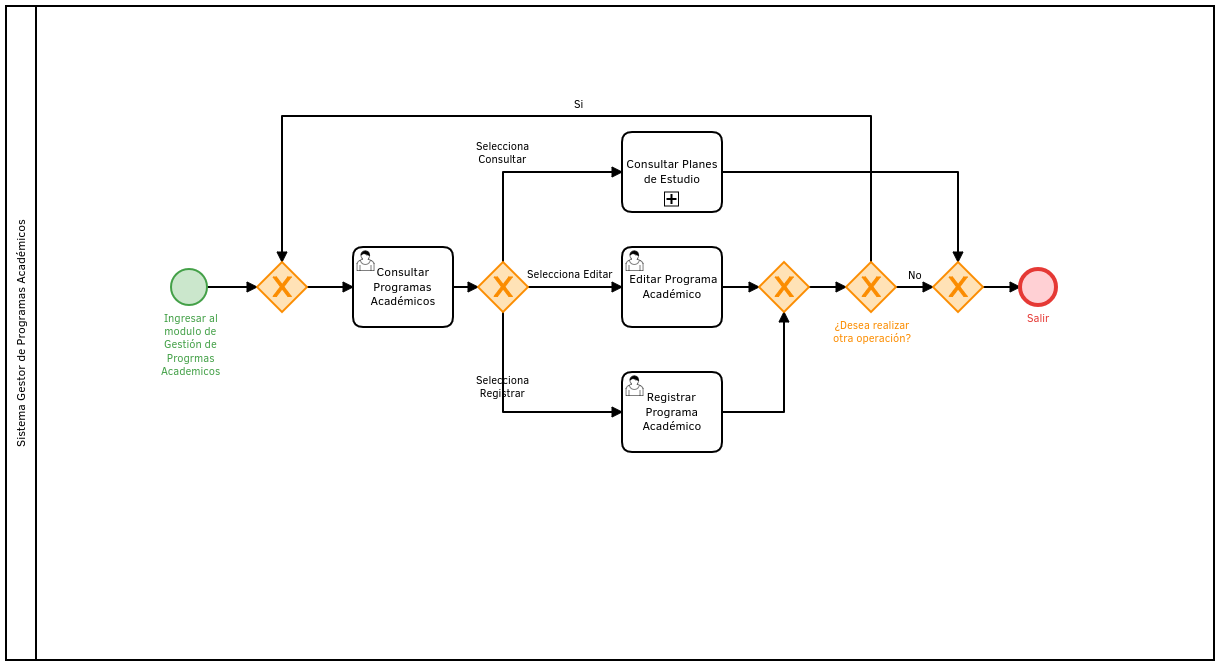
The BPMN diagram Manual de Usuario/Jefe de Innovación Educatva/images/SP3/gestionPA.png in SoftwareEngineerESCOM/IngSof, before a commit. Its source is kept beside it as Manual de Usuario/Jefe de Innovación Educatva/images/SP3/gestionPA.bpmn. Ids are renumbered.
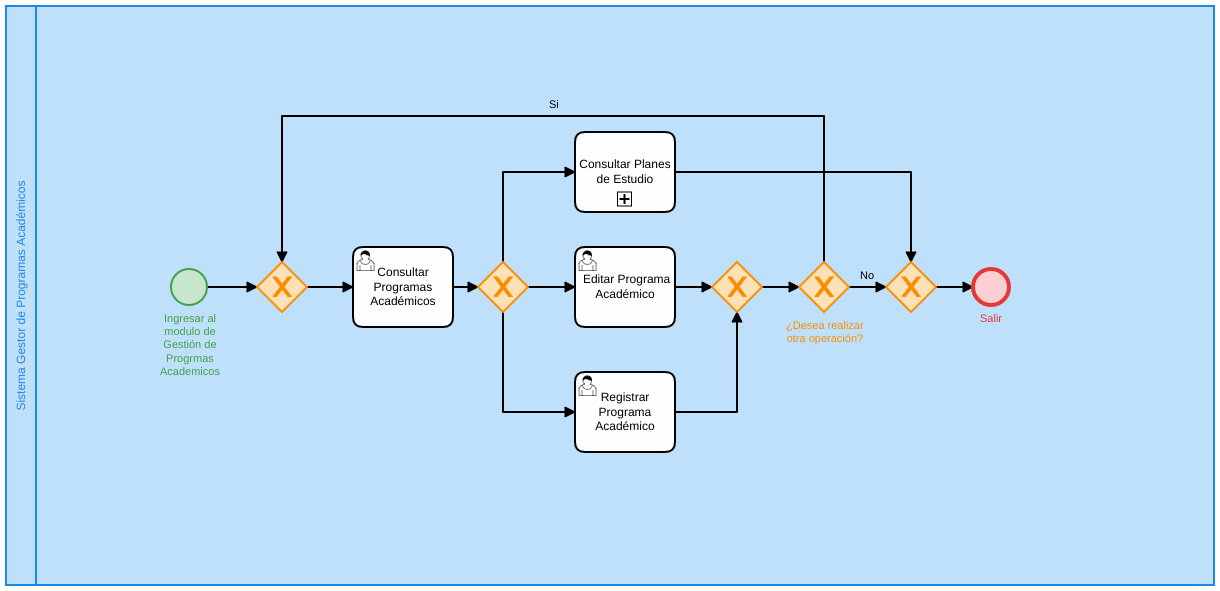
The same file after the commit.

The edit, as a diff of the source:
```diff
@@ -1,190 +1,181 @@
-<bpmn:definitions xmlns:bpmn="http://www.omg.org/spec/BPMN/20100524/MODEL" xmlns:bpmndi="http://www.omg.org/spec/BPMN/20100524/DI" xmlns:di="http://www.omg.org/spec/DD/20100524/DI" xmlns:dc="http://www.omg.org/spec/DD/20100524/DC" xmlns:bioc="http://bpmn.io/schema/bpmn/biocolor/1.0" id="Definitions_n1" targetNamespace="http://bpmn.io/schema/bpmn" exporter="Camunda Modeler" exporterVersion="2.0.3">
+<bpmn:definitions xmlns:bpmn="http://www.omg.org/spec/BPMN/20100524/MODEL" xmlns:bpmndi="http://www.omg.org/spec/BPMN/20100524/DI" xmlns:di="http://www.omg.org/spec/DD/20100524/DI" xmlns:dc="http://www.omg.org/spec/DD/20100524/DC" xmlns:bioc="http://bpmn.io/schema/bpmn/biocolor/1.0" id="Definitions_n1" targetNamespace="http://bpmn.io/schema/bpmn" exporter="Camunda Modeler" exporterVersion="2.0.1">
   <bpmn:collaboration id="Collaboration_n2">
     <bpmn:participant id="Participant_n3" name="Sistema Gestor de Programas Académicos" processRef="Process_1" />
   </bpmn:collaboration>
   <bpmn:process id="Process_1" isExecutable="true">
+    <bpmn:sequenceFlow id="SequenceFlow_n20" name="Si" sourceRef="ExclusiveGateway_n19" targetRef="ExclusiveGateway_n21" />
+    <bpmn:sequenceFlow id="SequenceFlow_n22" sourceRef="StartEvent_1" targetRef="ExclusiveGateway_n21" />
+    <bpmn:startEvent id="StartEvent_1" name="Ingresar al modulo de Gestión de Progrmas Academicos">
+      <bpmn:outgoing>SequenceFlow_n22</bpmn:outgoing>
+    </bpmn:startEvent>
+    <bpmn:exclusiveGateway id="ExclusiveGateway_n19" name="¿Desea realizar&#10;otra operación?">
+      <bpmn:incoming>SequenceFlow_n11</bpmn:incoming>
+      <bpmn:outgoing>SequenceFlow_n20</bpmn:outgoing>
+      <bpmn:outgoing>SequenceFlow_n5</bpmn:outgoing>
+    </bpmn:exclusiveGateway>
+    <bpmn:sequenceFlow id="SequenceFlow_n16" sourceRef="ExclusiveGateway_n24" targetRef="Task_n15" />
+    <bpmn:userTask id="Task_n26" name="Consultar&#10;Programas Académicos">
+      <bpmn:incoming>SequenceFlow_n23</bpmn:incoming>
+      <bpmn:outgoing>SequenceFlow_n25</bpmn:outgoing>
+    </bpmn:userTask>
+    <bpmn:sequenceFlow id="SequenceFlow_n13" sourceRef="ExclusiveGateway_n24" targetRef="Task_n12" />
+    <bpmn:sequenceFlow id="SequenceFlow_n18" sourceRef="ExclusiveGateway_n24" targetRef="Task_n17" />
+    <bpmn:sequenceFlow id="SequenceFlow_n10" sourceRef="Task_n12" targetRef="ExclusiveGateway_n8" />
+    <bpmn:sequenceFlow id="SequenceFlow_n9" sourceRef="Task_n17" targetRef="ExclusiveGateway_n8" />
+    <bpmn:sequenceFlow id="SequenceFlow_n11" sourceRef="ExclusiveGateway_n8" targetRef="ExclusiveGateway_n19" />
+    <bpmn:sequenceFlow id="SequenceFlow_n25" sourceRef="Task_n26" targetRef="ExclusiveGateway_n24" />
+    <bpmn:sequenceFlow id="SequenceFlow_n23" sourceRef="ExclusiveGateway_n21" targetRef="Task_n26" />
+    <bpmn:exclusiveGateway id="ExclusiveGateway_n24">
+      <bpmn:incoming>SequenceFlow_n25</bpmn:incoming>
+      <bpmn:outgoing>SequenceFlow_n16</bpmn:outgoing>
+      <bpmn:outgoing>SequenceFlow_n13</bpmn:outgoing>
+      <bpmn:outgoing>SequenceFlow_n18</bpmn:outgoing>
+    </bpmn:exclusiveGateway>
+    <bpmn:userTask id="Task_n17" name="Registrar Programa Académico">
+      <bpmn:incoming>SequenceFlow_n18</bpmn:incoming>
+      <bpmn:outgoing>SequenceFlow_n9</bpmn:outgoing>
+    </bpmn:userTask>
+    <bpmn:subProcess id="Task_n15" name="Consultar Planes de Estudio">
+      <bpmn:incoming>SequenceFlow_n16</bpmn:incoming>
+      <bpmn:outgoing>SequenceFlow_n6</bpmn:outgoing>
+    </bpmn:subProcess>
+    <bpmn:sequenceFlow id="SequenceFlow_n5" name="No" sourceRef="ExclusiveGateway_n19" targetRef="ExclusiveGateway_n4" />
+    <bpmn:endEvent id="EndEvent_n14" name="Salir">
+      <bpmn:incoming>SequenceFlow_n7</bpmn:incoming>
+    </bpmn:endEvent>
+    <bpmn:sequenceFlow id="SequenceFlow_n7" sourceRef="ExclusiveGateway_n4" targetRef="EndEvent_n14" />
+    <bpmn:sequenceFlow id="SequenceFlow_n6" sourceRef="Task_n15" targetRef="ExclusiveGateway_n4" />
+    <bpmn:userTask id="Task_n12" name=" Editar Programa Académico">
+      <bpmn:incoming>SequenceFlow_n13</bpmn:incoming>
+      <bpmn:outgoing>SequenceFlow_n10</bpmn:outgoing>
+    </bpmn:userTask>
+    <bpmn:exclusiveGateway id="ExclusiveGateway_n8">
+      <bpmn:incoming>SequenceFlow_n10</bpmn:incoming>
+      <bpmn:incoming>SequenceFlow_n9</bpmn:incoming>
+      <bpmn:outgoing>SequenceFlow_n11</bpmn:outgoing>
+    </bpmn:exclusiveGateway>
     <bpmn:exclusiveGateway id="ExclusiveGateway_n4">
       <bpmn:incoming>SequenceFlow_n5</bpmn:incoming>
       <bpmn:incoming>SequenceFlow_n6</bpmn:incoming>
       <bpmn:outgoing>SequenceFlow_n7</bpmn:outgoing>
     </bpmn:exclusiveGateway>
-    <bpmn:exclusiveGateway id="ExclusiveGateway_n8">
-      <bpmn:incoming>SequenceFlow_n9</bpmn:incoming>
-      <bpmn:incoming>SequenceFlow_n10</bpmn:incoming>
-      <bpmn:outgoing>SequenceFlow_n11</bpmn:outgoing>
-    </bpmn:exclusiveGateway>
-    <bpmn:userTask id="Task_n12" name=" Editar Programa Académico">
-      <bpmn:incoming>SequenceFlow_n13</bpmn:incoming>
-      <bpmn:outgoing>SequenceFlow_n10</bpmn:outgoing>
-    </bpmn:userTask>
-    <bpmn:endEvent id="EndEvent_n14" name="Salir">
-      <bpmn:incoming>SequenceFlow_n7</bpmn:incoming>
-    </bpmn:endEvent>
-    <bpmn:subProcess id="Task_n15" name="Consultar Planes de Estudio">
-      <bpmn:incoming>SequenceFlow_n16</bpmn:incoming>
-      <bpmn:outgoing>SequenceFlow_n6</bpmn:outgoing>
-    </bpmn:subProcess>
-    <bpmn:userTask id="Task_n17" name="Registrar Programa Académico">
-      <bpmn:incoming>SequenceFlow_n18</bpmn:incoming>
-      <bpmn:outgoing>SequenceFlow_n9</bpmn:outgoing>
-    </bpmn:userTask>
-    <bpmn:exclusiveGateway id="ExclusiveGateway_n19" name="¿Desea realizar&#10;otra operación?">
-      <bpmn:incoming>SequenceFlow_n11</bpmn:incoming>
-      <bpmn:outgoing>SequenceFlow_n20</bpmn:outgoing>
-      <bpmn:outgoing>SequenceFlow_n5</bpmn:outgoing>
-    </bpmn:exclusiveGateway>
     <bpmn:exclusiveGateway id="ExclusiveGateway_n21">
+      <bpmn:incoming>SequenceFlow_n20</bpmn:incoming>
       <bpmn:incoming>SequenceFlow_n22</bpmn:incoming>
-      <bpmn:incoming>SequenceFlow_n20</bpmn:incoming>
       <bpmn:outgoing>SequenceFlow_n23</bpmn:outgoing>
     </bpmn:exclusiveGateway>
-    <bpmn:exclusiveGateway id="ExclusiveGateway_n24">
-      <bpmn:incoming>SequenceFlow_n25</bpmn:incoming>
-      <bpmn:outgoing>SequenceFlow_n18</bpmn:outgoing>
-      <bpmn:outgoing>SequenceFlow_n13</bpmn:outgoing>
-      <bpmn:outgoing>SequenceFlow_n16</bpmn:outgoing>
-    </bpmn:exclusiveGateway>
-    <bpmn:userTask id="Task_n26" name="Consultar&#10;Programas Académicos">
-      <bpmn:incoming>SequenceFlow_n23</bpmn:incoming>
-      <bpmn:outgoing>SequenceFlow_n25</bpmn:outgoing>
-    </bpmn:userTask>
-    <bpmn:startEvent id="StartEvent_1" name="Ingresar al modulo de Gestión de Progrmas Academicos">
-      <bpmn:outgoing>SequenceFlow_n22</bpmn:outgoing>
-    </bpmn:startEvent>
-    <bpmn:sequenceFlow id="SequenceFlow_n23" sourceRef="ExclusiveGateway_n21" targetRef="Task_n26" />
-    <bpmn:sequenceFlow id="SequenceFlow_n25" sourceRef="Task_n26" targetRef="ExclusiveGateway_n24" />
-    <bpmn:sequenceFlow id="SequenceFlow_n18" name="Selecciona Registrar" sourceRef="ExclusiveGateway_n24" targetRef="Task_n17" />
-    <bpmn:sequenceFlow id="SequenceFlow_n13" name="Selecciona Editar" sourceRef="ExclusiveGateway_n24" targetRef="Task_n12" />
-    <bpmn:sequenceFlow id="SequenceFlow_n16" name="Selecciona Consultar" sourceRef="ExclusiveGateway_n24" targetRef="Task_n15" />
-    <bpmn:sequenceFlow id="SequenceFlow_n22" sourceRef="StartEvent_1" targetRef="ExclusiveGateway_n21" />
-    <bpmn:sequenceFlow id="SequenceFlow_n20" name="Si" sourceRef="ExclusiveGateway_n19" targetRef="ExclusiveGateway_n21" />
-    <bpmn:sequenceFlow id="SequenceFlow_n11" sourceRef="ExclusiveGateway_n8" targetRef="ExclusiveGateway_n19" />
-    <bpmn:sequenceFlow id="SequenceFlow_n5" name="No" sourceRef="ExclusiveGateway_n19" targetRef="ExclusiveGateway_n4" />
-    <bpmn:sequenceFlow id="SequenceFlow_n9" sourceRef="Task_n17" targetRef="ExclusiveGateway_n8" />
-    <bpmn:sequenceFlow id="SequenceFlow_n6" sourceRef="Task_n15" targetRef="ExclusiveGateway_n4" />
-    <bpmn:sequenceFlow id="SequenceFlow_n7" sourceRef="ExclusiveGateway_n4" targetRef="EndEvent_n14" />
-    <bpmn:sequenceFlow id="SequenceFlow_n10" sourceRef="Task_n12" targetRef="ExclusiveGateway_n8" />
   </bpmn:process>
   <bpmndi:BPMNDiagram id="BPMNDiagram_1">
     <bpmndi:BPMNPlane id="BPMNPlane_1" bpmnElement="Collaboration_n2">
-      <bpmndi:BPMNShape id="Participant_n3_di" bpmnElement="Participant_n3">
-        <dc:Bounds x="106" y="-156" width="1208" height="654" />
+      <bpmndi:BPMNShape id="Participant_n3_di" bpmnElement="Participant_n3" bioc:stroke="#1E88E5" bioc:fill="#BBDEFB">
+        <dc:Bounds x="106" y="-162" width="1208" height="579" />
       </bpmndi:BPMNShape>
-      <bpmndi:BPMNShape id="ExclusiveGateway_0mjspwx_di" bpmnElement="ExclusiveGateway_n4" isMarkerVisible="true" bioc:stroke="#FB8C00" bioc:fill="#FFE0B2">
-        <dc:Bounds x="1033" y="100" width="50" height="50" />
+      <bpmndi:BPMNShape id="_BPMNShape_StartEvent_2" bpmnElement="StartEvent_1" bioc:stroke="#43A047" bioc:fill="#C8E6C9">
+        <dc:Bounds x="271" y="101" width="36" height="36" />
+        <bpmndi:BPMNLabel>
+          <dc:Bounds x="260" y="144" width="60" height="66" />
+        </bpmndi:BPMNLabel>
       </bpmndi:BPMNShape>
-      <bpmndi:BPMNShape id="ExclusiveGateway_0yk9aiy_di" bpmnElement="ExclusiveGateway_n8" isMarkerVisible="true" bioc:stroke="#FB8C00" bioc:fill="#FFE0B2">
-        <dc:Bounds x="859" y="100" width="50" height="50" />
+      <bpmndi:BPMNEdge id="SequenceFlow_n16_di" bpmnElement="SequenceFlow_n16">
+        <di:waypoint x="603" y="94" />
+        <di:waypoint x="603" y="4" />
+        <di:waypoint x="675" y="4" />
+      </bpmndi:BPMNEdge>
+      <bpmndi:BPMNShape id="UserTask_1a315aq_di" bpmnElement="Task_n26">
+        <dc:Bounds x="453" y="79" width="100" height="80" />
       </bpmndi:BPMNShape>
       <bpmndi:BPMNShape id="UserTask_0ur3yv6_di" bpmnElement="Task_n12">
-        <dc:Bounds x="722" y="85" width="100" height="80" />
+        <dc:Bounds x="675" y="79" width="100" height="80" />
       </bpmndi:BPMNShape>
-      <bpmndi:BPMNShape id="EndEvent_n14_di" bpmnElement="EndEvent_n14" bioc:stroke="#E53935" bioc:fill="#FFCDD2">
-        <dc:Bounds x="1120" y="107" width="36" height="36" />
+      <bpmndi:BPMNShape id="UserTask_1x11um0_di" bpmnElement="Task_n17">
+        <dc:Bounds x="675" y="204" width="100" height="80" />
+      </bpmndi:BPMNShape>
+      <bpmndi:BPMNShape id="ExclusiveGateway_181dui5_di" bpmnElement="ExclusiveGateway_n19" isMarkerVisible="true" bioc:stroke="#FB8C00" bioc:fill="#FFE0B2">
+        <dc:Bounds x="899" y="94" width="50" height="50" />
         <bpmndi:BPMNLabel>
-          <dc:Bounds x="1127" y="150" width="24" height="14" />
+          <dc:Bounds x="886" y="151" width="78" height="27" />
         </bpmndi:BPMNLabel>
       </bpmndi:BPMNShape>
-      <bpmndi:BPMNShape id="SubProcess_1g9wywk_di" bpmnElement="Task_n15">
-        <dc:Bounds x="722" y="-30" width="100" height="80" />
-      </bpmndi:BPMNShape>
-      <bpmndi:BPMNShape id="UserTask_1x11um0_di" bpmnElement="Task_n17">
-        <dc:Bounds x="722" y="210" width="100" height="80" />
-      </bpmndi:BPMNShape>
-      <bpmndi:BPMNShape id="ExclusiveGateway_181dui5_di" bpmnElement="ExclusiveGateway_n19" isMarkerVisible="true" bioc:stroke="#FB8C00" bioc:fill="#FFE0B2">
-        <dc:Bounds x="946" y="100" width="50" height="50" />
+      <bpmndi:BPMNEdge id="SequenceFlow_n22_di" bpmnElement="SequenceFlow_n22">
+        <di:waypoint x="307" y="119" />
+        <di:waypoint x="357" y="119" />
+      </bpmndi:BPMNEdge>
+      <bpmndi:BPMNEdge id="SequenceFlow_n20_di" bpmnElement="SequenceFlow_n20">
+        <di:waypoint x="924" y="94" />
+        <di:waypoint x="924" y="-52" />
+        <di:waypoint x="382" y="-52" />
+        <di:waypoint x="382" y="94" />
         <bpmndi:BPMNLabel>
-          <dc:Bounds x="933" y="157" width="79" height="27" />
-        </bpmndi:BPMNLabel>
-      </bpmndi:BPMNShape>
-      <bpmndi:BPMNShape id="ExclusiveGateway_1ohlcmb_di" bpmnElement="ExclusiveGateway_n21" isMarkerVisible="true" bioc:stroke="#FB8C00" bioc:fill="#FFE0B2">
-        <dc:Bounds x="357" y="100" width="50" height="50" />
-      </bpmndi:BPMNShape>
-      <bpmndi:BPMNShape id="ExclusiveGateway_1ocyh20_di" bpmnElement="ExclusiveGateway_n24" isMarkerVisible="true" bioc:stroke="#FB8C00" bioc:fill="#FFE0B2">
-        <dc:Bounds x="578" y="100" width="50" height="50" />
-      </bpmndi:BPMNShape>
-      <bpmndi:BPMNShape id="UserTask_1a315aq_di" bpmnElement="Task_n26">
-        <dc:Bounds x="453" y="85" width="100" height="80" />
-      </bpmndi:BPMNShape>
-      <bpmndi:BPMNShape id="_BPMNShape_StartEvent_2" bpmnElement="StartEvent_1" bioc:stroke="#43A047" bioc:fill="#C8E6C9">
-        <dc:Bounds x="271" y="107" width="36" height="36" />
-        <bpmndi:BPMNLabel>
-          <dc:Bounds x="261" y="150" width="59" height="66" />
-        </bpmndi:BPMNLabel>
-      </bpmndi:BPMNShape>
-      <bpmndi:BPMNEdge id="SequenceFlow_n23_di" bpmnElement="SequenceFlow_n23">
-        <di:waypoint x="407" y="125" />
-        <di:waypoint x="453" y="125" />
-      </bpmndi:BPMNEdge>
-      <bpmndi:BPMNEdge id="SequenceFlow_n25_di" bpmnElement="SequenceFlow_n25">
-        <di:waypoint x="553" y="125" />
-        <di:waypoint x="578" y="125" />
-      </bpmndi:BPMNEdge>
-      <bpmndi:BPMNEdge id="SequenceFlow_n18_di" bpmnElement="SequenceFlow_n18">
-        <di:waypoint x="603" y="150" />
-        <di:waypoint x="603" y="250" />
-        <di:waypoint x="722" y="250" />
-        <bpmndi:BPMNLabel>
-          <dc:Bounds x="576" y="212" width="54" height="27" />
+          <dc:Bounds x="649" y="-70" width="10" height="14" />
         </bpmndi:BPMNLabel>
       </bpmndi:BPMNEdge>
       <bpmndi:BPMNEdge id="SequenceFlow_n13_di" bpmnElement="SequenceFlow_n13">
-        <di:waypoint x="628" y="125" />
-        <di:waypoint x="722" y="125" />
+        <di:waypoint x="628" y="119" />
+        <di:waypoint x="675" y="119" />
+      </bpmndi:BPMNEdge>
+      <bpmndi:BPMNEdge id="SequenceFlow_n18_di" bpmnElement="SequenceFlow_n18">
+        <di:waypoint x="603" y="144" />
+        <di:waypoint x="603" y="244" />
+        <di:waypoint x="675" y="244" />
+      </bpmndi:BPMNEdge>
+      <bpmndi:BPMNEdge id="SequenceFlow_n10_di" bpmnElement="SequenceFlow_n10">
+        <di:waypoint x="775" y="119" />
+        <di:waypoint x="812" y="119" />
+      </bpmndi:BPMNEdge>
+      <bpmndi:BPMNEdge id="SequenceFlow_n9_di" bpmnElement="SequenceFlow_n9">
+        <di:waypoint x="775" y="244" />
+        <di:waypoint x="837" y="244" />
+        <di:waypoint x="837" y="144" />
+      </bpmndi:BPMNEdge>
+      <bpmndi:BPMNEdge id="SequenceFlow_n11_di" bpmnElement="SequenceFlow_n11">
+        <di:waypoint x="862" y="119" />
+        <di:waypoint x="899" y="119" />
+      </bpmndi:BPMNEdge>
+      <bpmndi:BPMNEdge id="SequenceFlow_n25_di" bpmnElement="SequenceFlow_n25">
+        <di:waypoint x="553" y="119" />
+        <di:waypoint x="578" y="119" />
+      </bpmndi:BPMNEdge>
+      <bpmndi:BPMNEdge id="SequenceFlow_n23_di" bpmnElement="SequenceFlow_n23">
+        <di:waypoint x="407" y="119" />
+        <di:waypoint x="453" y="119" />
+      </bpmndi:BPMNEdge>
+      <bpmndi:BPMNShape id="ExclusiveGateway_1ocyh20_di" bpmnElement="ExclusiveGateway_n24" isMarkerVisible="true" bioc:stroke="#FB8C00" bioc:fill="#FFE0B2">
+        <dc:Bounds x="578" y="94" width="50" height="50" />
+      </bpmndi:BPMNShape>
+      <bpmndi:BPMNShape id="SubProcess_1g9wywk_di" bpmnElement="Task_n15">
+        <dc:Bounds x="675" y="-36" width="100" height="80" />
+      </bpmndi:BPMNShape>
+      <bpmndi:BPMNEdge id="SequenceFlow_n5_di" bpmnElement="SequenceFlow_n5">
+        <di:waypoint x="949" y="119" />
+        <di:waypoint x="986" y="119" />
         <bpmndi:BPMNLabel>
-          <dc:Bounds x="627" y="106" width="87" height="14" />
+          <dc:Bounds x="960" y="101" width="15" height="14" />
         </bpmndi:BPMNLabel>
       </bpmndi:BPMNEdge>
-      <bpmndi:BPMNEdge id="SequenceFlow_n16_di" bpmnElement="SequenceFlow_n16">
-        <di:waypoint x="603" y="100" />
-        <di:waypoint x="603" y="10" />
-        <di:waypoint x="722" y="10" />
+      <bpmndi:BPMNShape id="EndEvent_n14_di" bpmnElement="EndEvent_n14" bioc:stroke="#E53935" bioc:fill="#FFCDD2">
+        <dc:Bounds x="1073" y="101" width="36" height="36" />
         <bpmndi:BPMNLabel>
-          <dc:Bounds x="576" y="-22" width="54" height="27" />
+          <dc:Bounds x="1080" y="144" width="23" height="14" />
         </bpmndi:BPMNLabel>
-      </bpmndi:BPMNEdge>
-      <bpmndi:BPMNEdge id="SequenceFlow_n22_di" bpmnElement="SequenceFlow_n22">
-        <di:waypoint x="307" y="125" />
-        <di:waypoint x="357" y="125" />
-      </bpmndi:BPMNEdge>
-      <bpmndi:BPMNEdge id="SequenceFlow_n20_di" bpmnElement="SequenceFlow_n20">
-        <di:waypoint x="971" y="100" />
-        <di:waypoint x="971" y="-46" />
-        <di:waypoint x="382" y="-46" />
-        <di:waypoint x="382" y="100" />
-        <bpmndi:BPMNLabel>
-          <dc:Bounds x="674" y="-64" width="9" height="14" />
-        </bpmndi:BPMNLabel>
-      </bpmndi:BPMNEdge>
-      <bpmndi:BPMNEdge id="SequenceFlow_n11_di" bpmnElement="SequenceFlow_n11">
-        <di:waypoint x="909" y="125" />
-        <di:waypoint x="946" y="125" />
-      </bpmndi:BPMNEdge>
-      <bpmndi:BPMNEdge id="SequenceFlow_n5_di" bpmnElement="SequenceFlow_n5">
-        <di:waypoint x="996" y="125" />
-        <di:waypoint x="1033" y="125" />
-        <bpmndi:BPMNLabel>
-          <dc:Bounds x="1008" y="107" width="14" height="14" />
-        </bpmndi:BPMNLabel>
-      </bpmndi:BPMNEdge>
-      <bpmndi:BPMNEdge id="SequenceFlow_n9_di" bpmnElement="SequenceFlow_n9">
-        <di:waypoint x="822" y="250" />
-        <di:waypoint x="884" y="250" />
-        <di:waypoint x="884" y="150" />
+      </bpmndi:BPMNShape>
+      <bpmndi:BPMNEdge id="SequenceFlow_n7_di" bpmnElement="SequenceFlow_n7">
+        <di:waypoint x="1036" y="119" />
+        <di:waypoint x="1073" y="119" />
       </bpmndi:BPMNEdge>
       <bpmndi:BPMNEdge id="SequenceFlow_n6_di" bpmnElement="SequenceFlow_n6">
-        <di:waypoint x="822" y="10" />
-        <di:waypoint x="1058" y="10" />
-        <di:waypoint x="1058" y="100" />
+        <di:waypoint x="775" y="4" />
+        <di:waypoint x="1011" y="4" />
+        <di:waypoint x="1011" y="94" />
       </bpmndi:BPMNEdge>
-      <bpmndi:BPMNEdge id="SequenceFlow_n7_di" bpmnElement="SequenceFlow_n7">
-        <di:waypoint x="1083" y="125" />
-        <di:waypoint x="1120" y="125" />
-      </bpmndi:BPMNEdge>
-      <bpmndi:BPMNEdge id="SequenceFlow_n10_di" bpmnElement="SequenceFlow_n10">
-        <di:waypoint x="822" y="125" />
-        <di:waypoint x="859" y="125" />
-      </bpmndi:BPMNEdge>
+      <bpmndi:BPMNShape id="ExclusiveGateway_0yk9aiy_di" bpmnElement="ExclusiveGateway_n8" isMarkerVisible="true" bioc:stroke="#FB8C00" bioc:fill="#FFE0B2">
+        <dc:Bounds x="812" y="94" width="50" height="50" />
+      </bpmndi:BPMNShape>
+      <bpmndi:BPMNShape id="ExclusiveGateway_0mjspwx_di" bpmnElement="ExclusiveGateway_n4" isMarkerVisible="true" bioc:stroke="#FB8C00" bioc:fill="#FFE0B2">
+        <dc:Bounds x="986" y="94" width="50" height="50" />
+      </bpmndi:BPMNShape>
+      <bpmndi:BPMNShape id="ExclusiveGateway_1ohlcmb_di" bpmnElement="ExclusiveGateway_n21" isMarkerVisible="true" bioc:stroke="#FB8C00" bioc:fill="#FFE0B2">
+        <dc:Bounds x="357" y="94" width="50" height="50" />
+      </bpmndi:BPMNShape>
     </bpmndi:BPMNPlane>
   </bpmndi:BPMNDiagram>
 </bpmn:definitions>
```
